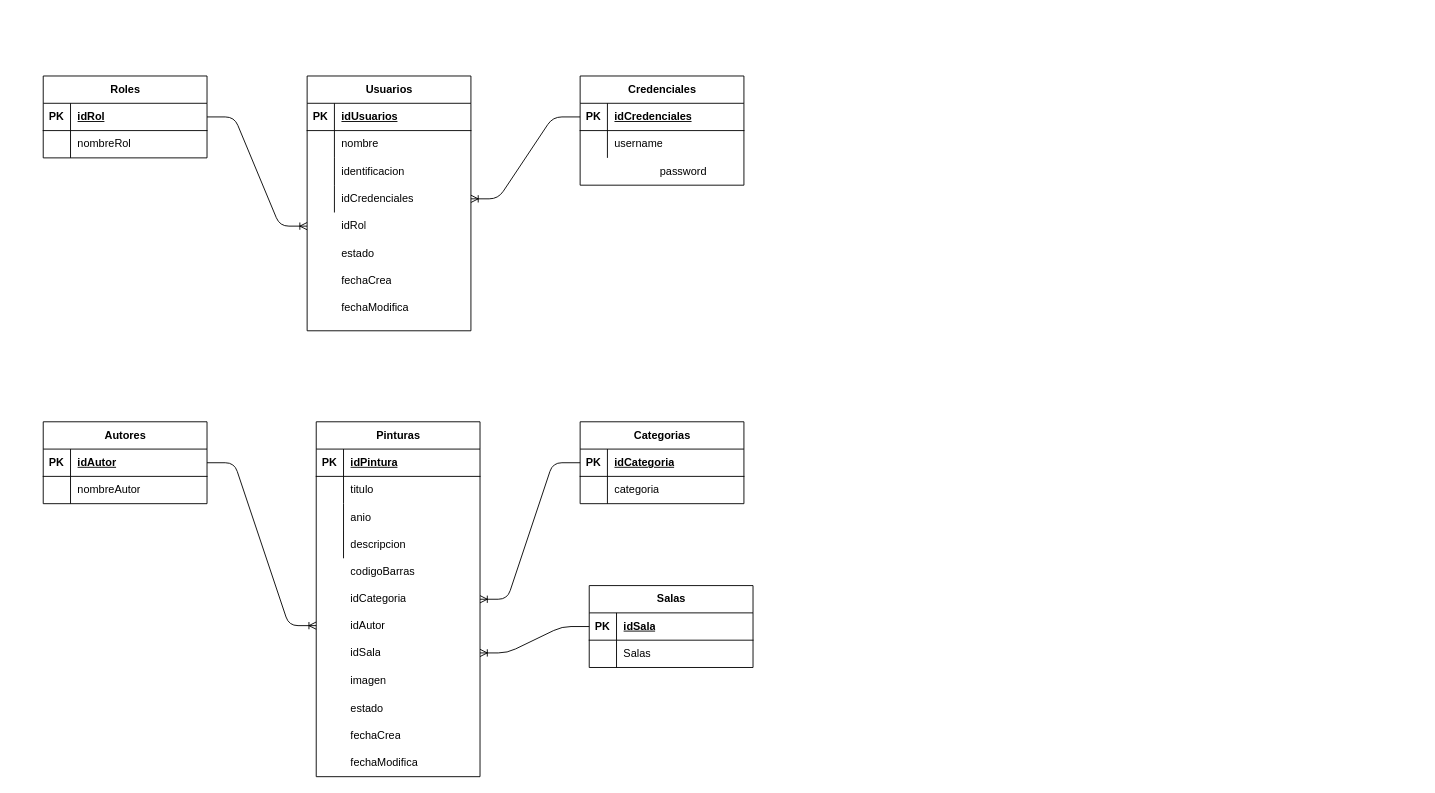
Above: design/MER.dio in Lenin27Amangandi/FinalProyectPrograII (draw.io), before the change. Source tidied: cells renumbered, new cells numbered last; positions are measured from the earlier drawing's top-left corner, leaving out a move shared by most shapes. Both pictures are drawn from the tidied source at 91%, with x=0, y=0 at pixel (43, 76). Pictures stored in the file or linked from it are replaced by grey dashed boxes.
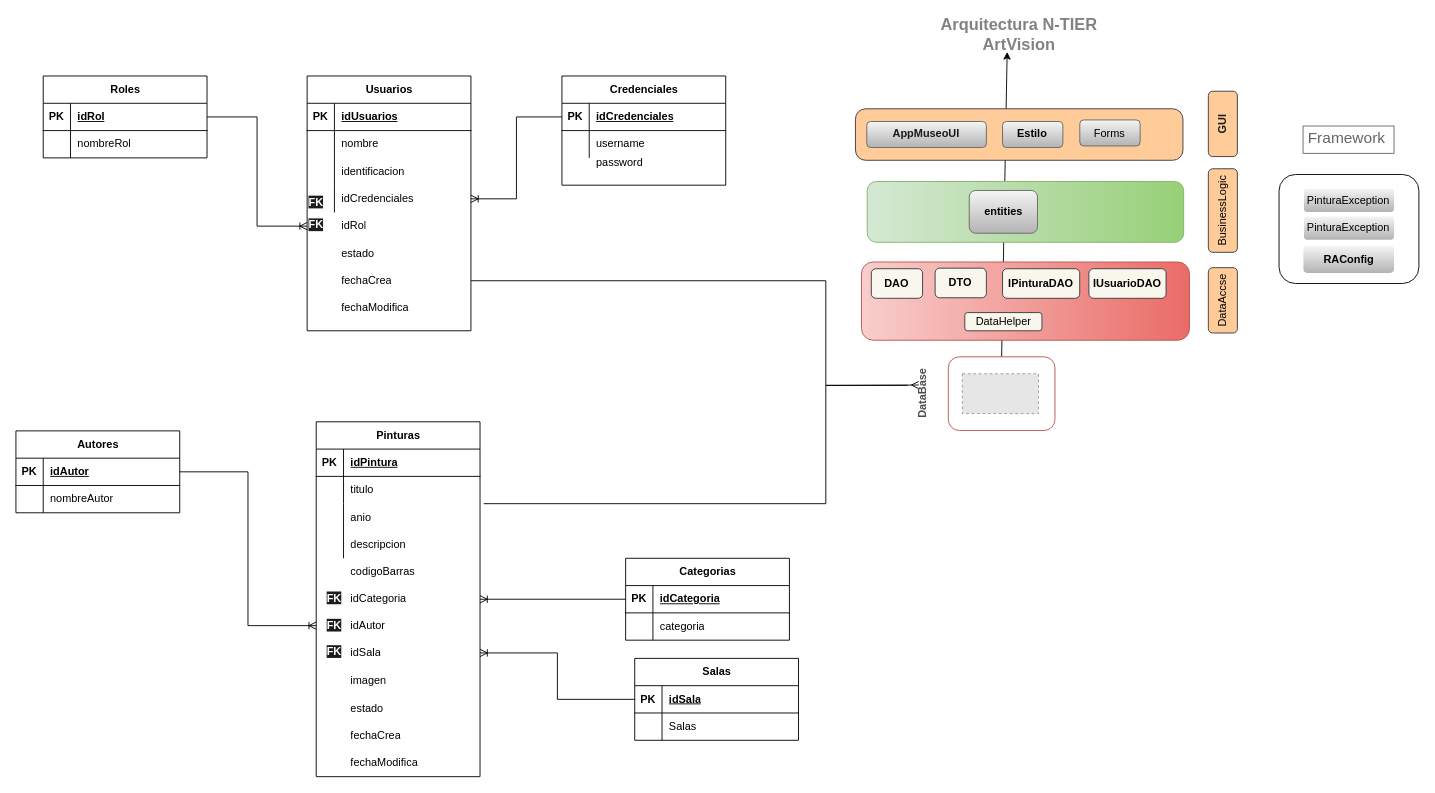
The same diagram, later.

Commit message:
Listo para exponer

The change refers to these unchanged cells:
```xml
<mxCell id="3" style="shape=tableRow;horizontal=0;startSize=0;swimlaneHead=0;swimlaneBody=0;fillColor=none;points=[[0,0.5],[1,0.5]];portConstraint=eastwest;top=0;left=0;right=0;bottom=1;" parent="2" vertex="1">
  <mxGeometry y="30" width="180" height="30" as="geometry" />
</mxCell>
<mxCell id="10" style="shape=tableRow;horizontal=0;startSize=0;swimlaneHead=0;swimlaneBody=0;fillColor=none;points=[[0,0.5],[1,0.5]];portConstraint=eastwest;top=0;left=0;right=0;bottom=1;" parent="9" vertex="1">
  <mxGeometry y="30" width="180" height="30" as="geometry" />
</mxCell>
<mxCell id="17" style="shape=tableRow;horizontal=0;startSize=0;swimlaneHead=0;swimlaneBody=0;fillColor=none;points=[[0,0.5],[1,0.5]];portConstraint=eastwest;top=0;left=0;right=0;bottom=1;" parent="16" vertex="1">
  <mxGeometry y="30" width="180" height="30" as="geometry" />
</mxCell>
<mxCell id="25" style="shape=tableRow;horizontal=0;startSize=0;swimlaneHead=0;swimlaneBody=0;fillColor=none;points=[[0,0.5],[1,0.5]];portConstraint=eastwest;top=0;left=0;right=0;bottom=1;" parent="24" vertex="1">
  <mxGeometry y="30" width="180" height="30" as="geometry" />
</mxCell>
<mxCell id="32" style="shape=tableRow;horizontal=0;startSize=0;swimlaneHead=0;swimlaneBody=0;fillColor=none;points=[[0,0.5],[1,0.5]];portConstraint=eastwest;top=0;left=0;right=0;bottom=1;" parent="31" vertex="1">
  <mxGeometry y="30" width="180" height="30" as="geometry" />
</mxCell>
<mxCell id="48" style="shape=tableRow;horizontal=0;startSize=0;swimlaneHead=0;swimlaneBody=0;fillColor=none;points=[[0,0.5],[1,0.5]];portConstraint=eastwest;top=0;left=0;right=0;bottom=0;" parent="38" vertex="1">
  <mxGeometry y="120" width="180" height="30" as="geometry" />
</mxCell>
<mxCell id="53" style="shape=tableRow;horizontal=0;startSize=0;swimlaneHead=0;swimlaneBody=0;fillColor=none;points=[[0,0.5],[1,0.5]];portConstraint=eastwest;top=0;left=0;right=0;bottom=0;" parent="1" vertex="1">
  <mxGeometry x="290" y="150" width="180" height="30" as="geometry" />
</mxCell>
<mxCell id="59" style="shape=tableRow;horizontal=0;startSize=0;swimlaneHead=0;swimlaneBody=0;fillColor=none;points=[[0,0.5],[1,0.5]];portConstraint=eastwest;top=0;left=0;right=0;bottom=0;" parent="1" vertex="1">
  <mxGeometry x="290" y="210" width="180" height="30" as="geometry" />
</mxCell>
<mxCell id="81" style="shape=tableRow;horizontal=0;startSize=0;swimlaneHead=0;swimlaneBody=0;fillColor=none;points=[[0,0.5],[1,0.5]];portConstraint=eastwest;top=0;left=0;right=0;bottom=0;" parent="1" vertex="1">
  <mxGeometry x="300" y="560" width="180" height="30" as="geometry" />
</mxCell>
<mxCell id="84" style="shape=tableRow;horizontal=0;startSize=0;swimlaneHead=0;swimlaneBody=0;fillColor=none;points=[[0,0.5],[1,0.5]];portConstraint=eastwest;top=0;left=0;right=0;bottom=0;" parent="1" vertex="1">
  <mxGeometry x="300" y="589" width="180" height="30" as="geometry" />
</mxCell>
<mxCell id="87" style="shape=tableRow;horizontal=0;startSize=0;swimlaneHead=0;swimlaneBody=0;fillColor=none;points=[[0,0.5],[1,0.5]];portConstraint=eastwest;top=0;left=0;right=0;bottom=0;" parent="1" vertex="1">
  <mxGeometry x="300" y="619" width="180" height="30" as="geometry" />
</mxCell>
```

Diff of the diagram source:
```diff
@@
+    <mxCell id="107" style="edgeStyle=none;html=1;exitX=1;exitY=0.5;exitDx=0;exitDy=0;entryX=0.446;entryY=1.117;entryDx=0;entryDy=0;entryPerimeter=0;" parent="1" edge="1" source="115" target="119">
+      <mxGeometry relative="1" as="geometry" />
+    </mxCell>
@@
     <mxCell id="9" value="Autores" style="shape=table;startSize=30;childLayout=tableLayout;rowLines=0;fontStyle=1;align=center;html=1;" parent="1" vertex="1">
-      <mxGeometry y="380" width="180" height="90" as="geometry" />
+      <mxGeometry x="-30" y="390" width="180" height="90" as="geometry" />
     </mxCell>
@@
     <mxCell id="16" value="Credenciales" style="shape=table;startSize=30;childLayout=tableLayout;rowLines=0;fontStyle=1;align=center;html=1;" parent="1" vertex="1">
-      <mxGeometry x="590" width="180" height="120" as="geometry" />
+      <mxGeometry x="570" width="180" height="120" as="geometry" />
     </mxCell>
@@
     <mxCell id="23" value="password" style="shape=partialRectangle;fillColor=none;top=0;left=0;bottom=0;right=0;align=left;spacingLeft=6;overflow=hidden;whiteSpace=wrap;html=1;" parent="1" vertex="1">
-      <mxGeometry x="670" y="90" width="150" height="30" as="geometry" />
+      <mxGeometry x="600" y="80" width="150" height="30" as="geometry" />
     </mxCell>
     <mxCell id="24" value="Categorias" style="shape=table;startSize=30;childLayout=tableLayout;rowLines=0;fontStyle=1;align=center;html=1;" parent="1" vertex="1">
-      <mxGeometry x="590" y="380" width="180" height="90" as="geometry" />
+      <mxGeometry x="640" y="530" width="180" height="90" as="geometry" />
     </mxCell>
@@
     <mxCell id="31" value="Salas" style="shape=table;startSize=30;childLayout=tableLayout;rowLines=0;fontStyle=1;align=center;html=1;" parent="1" vertex="1">
-      <mxGeometry x="600" y="560" width="180" height="90" as="geometry" />
+      <mxGeometry x="650" y="640" width="180" height="90" as="geometry" />
     </mxCell>
@@
-    <mxCell id="102" style="edgeStyle=entityRelationEdgeStyle;fontSize=12;html=1;endArrow=ERoneToMany;exitX=1;exitY=0.5;exitDx=0;exitDy=0;entryX=0;entryY=0.5;entryDx=0;entryDy=0;" parent="1" edge="1" source="3" target="53">
+    <mxCell id="102" style="edgeStyle=orthogonalEdgeStyle;fontSize=12;html=1;endArrow=ERoneToMany;exitX=1;exitY=0.5;exitDx=0;exitDy=0;entryX=0;entryY=0.5;entryDx=0;entryDy=0;rounded=0;curved=0;" parent="1" edge="1" source="3" target="53">
       <mxGeometry relative="1" as="geometry" />
     </mxCell>
-    <mxCell id="103" style="edgeStyle=entityRelationEdgeStyle;fontSize=12;html=1;endArrow=ERoneToMany;entryX=1;entryY=0.5;entryDx=0;entryDy=0;exitX=0;exitY=0.5;exitDx=0;exitDy=0;" parent="1" edge="1" source="17" target="48">
+    <mxCell id="103" style="edgeStyle=orthogonalEdgeStyle;fontSize=12;html=1;endArrow=ERoneToMany;entryX=1;entryY=0.5;entryDx=0;entryDy=0;exitX=0;exitY=0.5;exitDx=0;exitDy=0;rounded=0;curved=0;" parent="1" edge="1" source="17" target="48">
       <mxGeometry relative="1" as="geometry" />
     </mxCell>
-    <mxCell id="104" style="edgeStyle=entityRelationEdgeStyle;fontSize=12;html=1;endArrow=ERoneToMany;exitX=1;exitY=0.5;exitDx=0;exitDy=0;entryX=0;entryY=0.5;entryDx=0;entryDy=0;" parent="1" edge="1" source="10" target="84">
+    <mxCell id="104" style="edgeStyle=orthogonalEdgeStyle;fontSize=12;html=1;endArrow=ERoneToMany;exitX=1;exitY=0.5;exitDx=0;exitDy=0;entryX=0;entryY=0.5;entryDx=0;entryDy=0;rounded=0;" parent="1" edge="1" source="10" target="84">
       <mxGeometry relative="1" as="geometry" />
     </mxCell>
-    <mxCell id="105" style="edgeStyle=entityRelationEdgeStyle;fontSize=12;html=1;endArrow=ERoneToMany;exitX=0;exitY=0.5;exitDx=0;exitDy=0;entryX=1;entryY=0.5;entryDx=0;entryDy=0;" parent="1" edge="1" source="25" target="81">
+    <mxCell id="105" style="edgeStyle=orthogonalEdgeStyle;fontSize=12;html=1;endArrow=ERoneToMany;exitX=0;exitY=0.5;exitDx=0;exitDy=0;entryX=1;entryY=0.5;entryDx=0;entryDy=0;rounded=0;curved=0;" parent="1" edge="1" source="25" target="81">
       <mxGeometry relative="1" as="geometry" />
     </mxCell>
-    <mxCell id="106" style="edgeStyle=entityRelationEdgeStyle;fontSize=12;html=1;endArrow=ERoneToMany;exitX=0;exitY=0.5;exitDx=0;exitDy=0;entryX=1;entryY=0.5;entryDx=0;entryDy=0;" parent="1" edge="1" source="32" target="87">
+    <mxCell id="106" style="edgeStyle=orthogonalEdgeStyle;fontSize=12;html=1;endArrow=ERoneToMany;exitX=0;exitY=0.5;exitDx=0;exitDy=0;entryX=1;entryY=0.5;entryDx=0;entryDy=0;rounded=0;" parent="1" edge="1" source="32" target="87">
       <mxGeometry relative="1" as="geometry" />
     </mxCell>
+    <mxCell id="108" style="edgeStyle=none;html=1;strokeWidth=1;startArrow=none;startFill=0;endArrow=ERmany;endFill=0;rounded=0;entryX=0.015;entryY=0.609;entryDx=0;entryDy=0;entryPerimeter=0;exitX=1;exitY=0.5;exitDx=0;exitDy=0;" parent="1" edge="1" source="59">
+      <mxGeometry relative="1" as="geometry">
+        <mxPoint x="962.1" y="339.6" as="targetPoint" />
+        <Array as="points">
+          <mxPoint x="860" y="225" />
+          <mxPoint x="860" y="340" />
+        </Array>
+      </mxGeometry>
+    </mxCell>
+    <mxCell id="109" style="edgeStyle=none;html=1;strokeWidth=1;startArrow=none;startFill=0;endArrow=none;endFill=0;rounded=0;exitX=1;exitY=0.5;exitDx=0;exitDy=0;" parent="1" edge="1">
+      <mxGeometry relative="1" as="geometry">
+        <mxPoint x="484" y="470" as="sourcePoint" />
+        <mxPoint x="950" y="340" as="targetPoint" />
+        <Array as="points">
+          <mxPoint x="860" y="470" />
+          <mxPoint x="860" y="340" />
+        </Array>
+      </mxGeometry>
+    </mxCell>
+    <mxCell id="110" value="&lt;span style=&quot;color: rgb(255, 255, 255); font-family: Helvetica; font-size: 12px; font-style: normal; font-variant-ligatures: normal; font-variant-caps: normal; font-weight: 700; letter-spacing: normal; orphans: 2; text-align: center; text-indent: 0px; text-transform: none; widows: 2; word-spacing: 0px; -webkit-text-stroke-width: 0px; white-space: normal; background-color: rgb(27, 29, 30); text-decoration-thickness: initial; text-decoration-style: initial; text-decoration-color: initial; float: none; display: inline !important;&quot;&gt;FK&lt;/span&gt;" style="text;whiteSpace=wrap;html=1;" parent="1" vertex="1">
+      <mxGeometry x="290" y="150" width="30" height="30" as="geometry" />
+    </mxCell>
+    <mxCell id="111" value="&lt;span style=&quot;color: rgb(255, 255, 255); font-family: Helvetica; font-size: 12px; font-style: normal; font-variant-ligatures: normal; font-variant-caps: normal; font-weight: 700; letter-spacing: normal; orphans: 2; text-align: center; text-indent: 0px; text-transform: none; widows: 2; word-spacing: 0px; -webkit-text-stroke-width: 0px; white-space: normal; background-color: rgb(27, 29, 30); text-decoration-thickness: initial; text-decoration-style: initial; text-decoration-color: initial; float: none; display: inline !important;&quot;&gt;FK&lt;/span&gt;" style="text;whiteSpace=wrap;html=1;" parent="1" vertex="1">
+      <mxGeometry x="290" y="125" width="30" height="30" as="geometry" />
+    </mxCell>
+    <mxCell id="112" value="&lt;span style=&quot;color: rgb(255, 255, 255); font-family: Helvetica; font-size: 12px; font-style: normal; font-variant-ligatures: normal; font-variant-caps: normal; font-weight: 700; letter-spacing: normal; orphans: 2; text-align: center; text-indent: 0px; text-transform: none; widows: 2; word-spacing: 0px; -webkit-text-stroke-width: 0px; white-space: normal; background-color: rgb(27, 29, 30); text-decoration-thickness: initial; text-decoration-style: initial; text-decoration-color: initial; float: none; display: inline !important;&quot;&gt;FK&lt;/span&gt;" style="text;whiteSpace=wrap;html=1;" parent="1" vertex="1">
+      <mxGeometry x="310" y="590" width="30" height="30" as="geometry" />
+    </mxCell>
+    <mxCell id="113" value="&lt;span style=&quot;color: rgb(255, 255, 255); font-family: Helvetica; font-size: 12px; font-style: normal; font-variant-ligatures: normal; font-variant-caps: normal; font-weight: 700; letter-spacing: normal; orphans: 2; text-align: center; text-indent: 0px; text-transform: none; widows: 2; word-spacing: 0px; -webkit-text-stroke-width: 0px; white-space: normal; background-color: rgb(27, 29, 30); text-decoration-thickness: initial; text-decoration-style: initial; text-decoration-color: initial; float: none; display: inline !important;&quot;&gt;FK&lt;/span&gt;" style="text;whiteSpace=wrap;html=1;" parent="1" vertex="1">
+      <mxGeometry x="310" y="619" width="30" height="30" as="geometry" />
+    </mxCell>
+    <mxCell id="114" value="&lt;span style=&quot;color: rgb(255, 255, 255); font-family: Helvetica; font-size: 12px; font-style: normal; font-variant-ligatures: normal; font-variant-caps: normal; font-weight: 700; letter-spacing: normal; orphans: 2; text-align: center; text-indent: 0px; text-transform: none; widows: 2; word-spacing: 0px; -webkit-text-stroke-width: 0px; white-space: normal; background-color: rgb(27, 29, 30); text-decoration-thickness: initial; text-decoration-style: initial; text-decoration-color: initial; float: none; display: inline !important;&quot;&gt;FK&lt;/span&gt;" style="text;whiteSpace=wrap;html=1;" parent="1" vertex="1">
+      <mxGeometry x="310" y="560" width="30" height="30" as="geometry" />
+    </mxCell>
+    <mxCell id="115" value="&lt;b style=&quot;&quot;&gt;&lt;font color=&quot;#4d4d4d&quot;&gt;DataBase&lt;br&gt;&lt;br&gt;&lt;br&gt;&lt;br&gt;&lt;br&gt;&lt;br&gt;&lt;br&gt;&lt;br&gt;&lt;br&gt;&lt;br&gt;&lt;br&gt;&lt;br&gt;&lt;/font&gt;&lt;br&gt;&lt;/b&gt;" style="rounded=1;whiteSpace=wrap;html=1;fillColor=none;strokeColor=#b85450;rotation=-90;gradientColor=#ea6b66;" parent="1" vertex="1">
+      <mxGeometry x="1012.7" y="290.5" width="81" height="117.2" as="geometry" />
+    </mxCell>
+    <mxCell id="116" style="fillColor=#E6E6E6;strokeColor=#999999;dashed=1;verticalLabelPosition=bottom;labelBackgroundColor=default;verticalAlign=top;" parent="1" vertex="1">
+      <mxGeometry x="1010" y="327.2" width="83.7" height="43.8" as="geometry" />
+    </mxCell>
+    <mxCell id="117" value="&lt;font color=&quot;#1a1a1a&quot;&gt;&lt;br&gt;&lt;/font&gt;" style="rounded=1;whiteSpace=wrap;html=1;fillColor=#ffcc99;strokeColor=#36393d;rotation=-90;arcSize=20;" parent="1" vertex="1">
+      <mxGeometry x="1044.2" y="-115.6" width="56.6" height="359.9" as="geometry" />
+    </mxCell>
+    <mxCell id="118" style="rounded=1;whiteSpace=wrap;html=1;fillColor=#f8cecc;strokeColor=#b85450;rotation=-90;gradientColor=#ea6b66;" parent="1" vertex="1">
+      <mxGeometry x="1036.4" y="67.2" width="86" height="360.4" as="geometry" />
+    </mxCell>
+    <mxCell id="119" value="&lt;font color=&quot;#828282&quot; style=&quot;font-size: 18px;&quot;&gt;&lt;b style=&quot;&quot;&gt;Arquitectura N-TIER&lt;br&gt;ArtVision&lt;/b&gt;&lt;/font&gt;" style="text;html=1;strokeColor=none;fillColor=none;align=center;verticalAlign=middle;whiteSpace=wrap;rounded=0;labelBackgroundColor=none;fontColor=#333333;" parent="1" vertex="1">
+      <mxGeometry x="950" y="-60" width="245" height="30" as="geometry" />
+    </mxCell>
+    <mxCell id="120" value="&lt;font color=&quot;#1a1a1a&quot;&gt;&lt;br&gt;&lt;/font&gt;" style="rounded=1;whiteSpace=wrap;html=1;fillColor=#d5e8d4;strokeColor=#82b366;rotation=-90;gradientColor=#97d077;" parent="1" vertex="1">
+      <mxGeometry x="1046" y="-24.5" width="66.8" height="347.7" as="geometry" />
+    </mxCell>
+    <mxCell id="121" value="&lt;b&gt;entities&lt;/b&gt;" style="rounded=1;whiteSpace=wrap;html=1;fillColor=#f5f5f5;strokeColor=#666666;gradientColor=#b3b3b3;" parent="1" vertex="1">
+      <mxGeometry x="1017.6" y="125.8" width="75" height="47" as="geometry" />
+    </mxCell>
+    <mxCell id="122" value="&lt;font color=&quot;#1a1a1a&quot;&gt;&lt;b&gt;GUI&lt;/b&gt;&lt;br&gt;&lt;/font&gt;" style="rounded=1;whiteSpace=wrap;html=1;fillColor=#ffcc99;strokeColor=#36393d;rotation=-90;" parent="1" vertex="1">
+      <mxGeometry x="1260.4" y="36.7" width="71.8" height="31.9" as="geometry" />
+    </mxCell>
+    <mxCell id="123" value="&lt;font color=&quot;#1a1a1a&quot;&gt;&lt;b&gt;AppMuseoUI&lt;/b&gt;&lt;/font&gt;" style="rounded=1;whiteSpace=wrap;html=1;fillColor=#f5f5f5;strokeColor=#666666;gradientColor=#b3b3b3;" parent="1" vertex="1">
+      <mxGeometry x="905" y="50" width="131.4" height="28.6" as="geometry" />
+    </mxCell>
+    <mxCell id="124" value="&lt;font&gt;&lt;b&gt;DAO&lt;/b&gt;&lt;/font&gt;" style="rounded=1;whiteSpace=wrap;html=1;fillColor=#f9f7ed;strokeColor=#36393d;" parent="1" vertex="1">
+      <mxGeometry x="910" y="211.8" width="56.3" height="32.5" as="geometry" />
+    </mxCell>
+    <mxCell id="125" value="DataAccse" style="rounded=1;whiteSpace=wrap;html=1;fillColor=#ffcc99;strokeColor=#36393d;rotation=-90;" parent="1" vertex="1">
+      <mxGeometry x="1260.4" y="230.6" width="71.8" height="31.9" as="geometry" />
+    </mxCell>
+    <mxCell id="126" value="BusinessLogic" style="rounded=1;whiteSpace=wrap;html=1;fillColor=#ffcc99;strokeColor=#36393d;rotation=-90;" parent="1" vertex="1">
+      <mxGeometry x="1250.4" y="131.9" width="91.8" height="31.9" as="geometry" />
+    </mxCell>
+    <mxCell id="127" value="&lt;b&gt;DTO&lt;/b&gt;" style="rounded=1;whiteSpace=wrap;html=1;fillColor=#f9f7ed;strokeColor=#36393d;" parent="1" vertex="1">
+      <mxGeometry x="980.1" y="211.2" width="56.3" height="32.5" as="geometry" />
+    </mxCell>
+    <mxCell id="128" value="&lt;b&gt;IPinturaDAO&lt;/b&gt;" style="rounded=1;whiteSpace=wrap;html=1;fillColor=#f9f7ed;strokeColor=#36393d;" parent="1" vertex="1">
+      <mxGeometry x="1054.2" y="211.8" width="84.8" height="32.5" as="geometry" />
+    </mxCell>
+    <mxCell id="129" value="&lt;b&gt;IUsuarioDAO&lt;/b&gt;" style="rounded=1;whiteSpace=wrap;html=1;fillColor=#f9f7ed;strokeColor=#36393d;" parent="1" vertex="1">
+      <mxGeometry x="1149.1" y="211.8" width="84.8" height="32.5" as="geometry" />
+    </mxCell>
+    <mxCell id="130" value="&lt;font&gt;&lt;br&gt;&lt;/font&gt;" style="rounded=1;whiteSpace=wrap;html=1;rotation=-90;strokeColor=light-dark(#000000,#6666FF);" parent="1" vertex="1">
+      <mxGeometry x="1375" y="91.3" width="119.8" height="153.7" as="geometry" />
+    </mxCell>
+    <mxCell id="131" value="&lt;b&gt;Estilo&lt;/b&gt;" style="rounded=1;whiteSpace=wrap;html=1;fillColor=#f5f5f5;strokeColor=#666666;gradientColor=#b3b3b3;" parent="1" vertex="1">
+      <mxGeometry x="1054.2" y="50" width="66.3" height="28.6" as="geometry" />
+    </mxCell>
+    <mxCell id="132" value="Forms" style="rounded=1;whiteSpace=wrap;html=1;fillColor=#f5f5f5;strokeColor=#666666;gradientColor=#b3b3b3;" parent="1" vertex="1">
+      <mxGeometry x="1139.1" y="48.3" width="66.3" height="28.6" as="geometry" />
+    </mxCell>
+    <mxCell id="133" value="PinturaException" style="rounded=1;whiteSpace=wrap;html=1;fillColor=#f5f5f5;strokeColor=none;gradientColor=#b3b3b3;" parent="1" vertex="1">
+      <mxGeometry x="1385.4" y="123.8" width="99" height="25.6" as="geometry" />
+    </mxCell>
+    <mxCell id="134" value="PinturaException" style="rounded=1;whiteSpace=wrap;html=1;fillColor=#f5f5f5;strokeColor=none;gradientColor=#b3b3b3;" parent="1" vertex="1">
+      <mxGeometry x="1385.4" y="154.3" width="99" height="25.6" as="geometry" />
+    </mxCell>
+    <mxCell id="135" value="&lt;div style=&quot;&quot;&gt;&lt;b&gt;RAConfig&lt;/b&gt;&lt;/div&gt;" style="rounded=1;whiteSpace=wrap;html=1;fillColor=#f5f5f5;strokeColor=none;gradientColor=#b3b3b3;" parent="1" vertex="1">
+      <mxGeometry x="1384.8" y="186.6" width="99.6" height="29.8" as="geometry" />
+    </mxCell>
+    <mxCell id="136" value="&lt;span&gt;Framework&lt;/span&gt;" style="strokeWidth=1;shadow=0;dashed=0;align=center;html=1;shape=mxgraph.mockup.text.textBox;fontColor=#666666;align=left;fontSize=17;spacingLeft=4;spacingTop=-3;whiteSpace=wrap;strokeColor=#666666;mainText=;" parent="1" vertex="1">
+      <mxGeometry x="1384.4" y="55" width="100" height="30" as="geometry" />
+    </mxCell>
+    <mxCell id="137" value="DataHelper" style="rounded=1;whiteSpace=wrap;html=1;fillColor=#f9f7ed;strokeColor=#36393d;" parent="1" vertex="1">
+      <mxGeometry x="1012.7" y="260" width="84.8" height="20" as="geometry" />
+    </mxCell>
```
